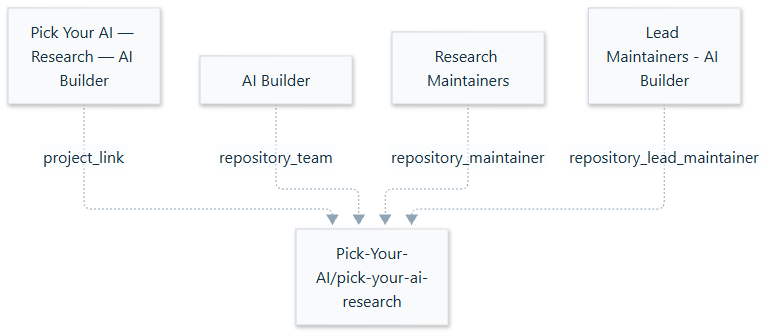
Before: docs/organization/current/area-ai-builder.png, a diagram exported from Mermaid (Pick-Your-AI/.github). Its source is kept beside it as docs/organization/current/area-ai-builder.mmd.
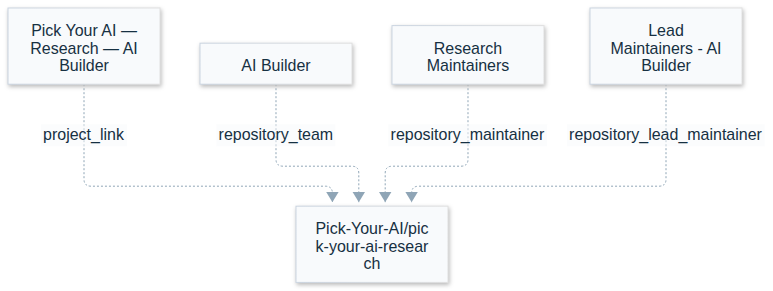
The same file after the commit.

What changed in the source:
```diff
@@ -1,7 +1,7 @@
 flowchart TB
 accTitle: Pick Your AI organization relationships
 accDescr: Solid arrows show actual team parents. Dotted labeled arrows distinguish responsibility and Project links.
-  n85cf63950a31e774bfa4["Pick Your AI #8212; Research #8212; AI Builder"]
+  n85cf63950a31e774bfa4["Pick Your AI — Research — AI Builder"]
   n10267c0819d63ca11525["Pick-Your-AI/pick-your-ai-research"]
   nd3da9bf255d92ec41bb4["AI Builder"]
   n940a0317295456892b6e["Research Maintainers"]
```
